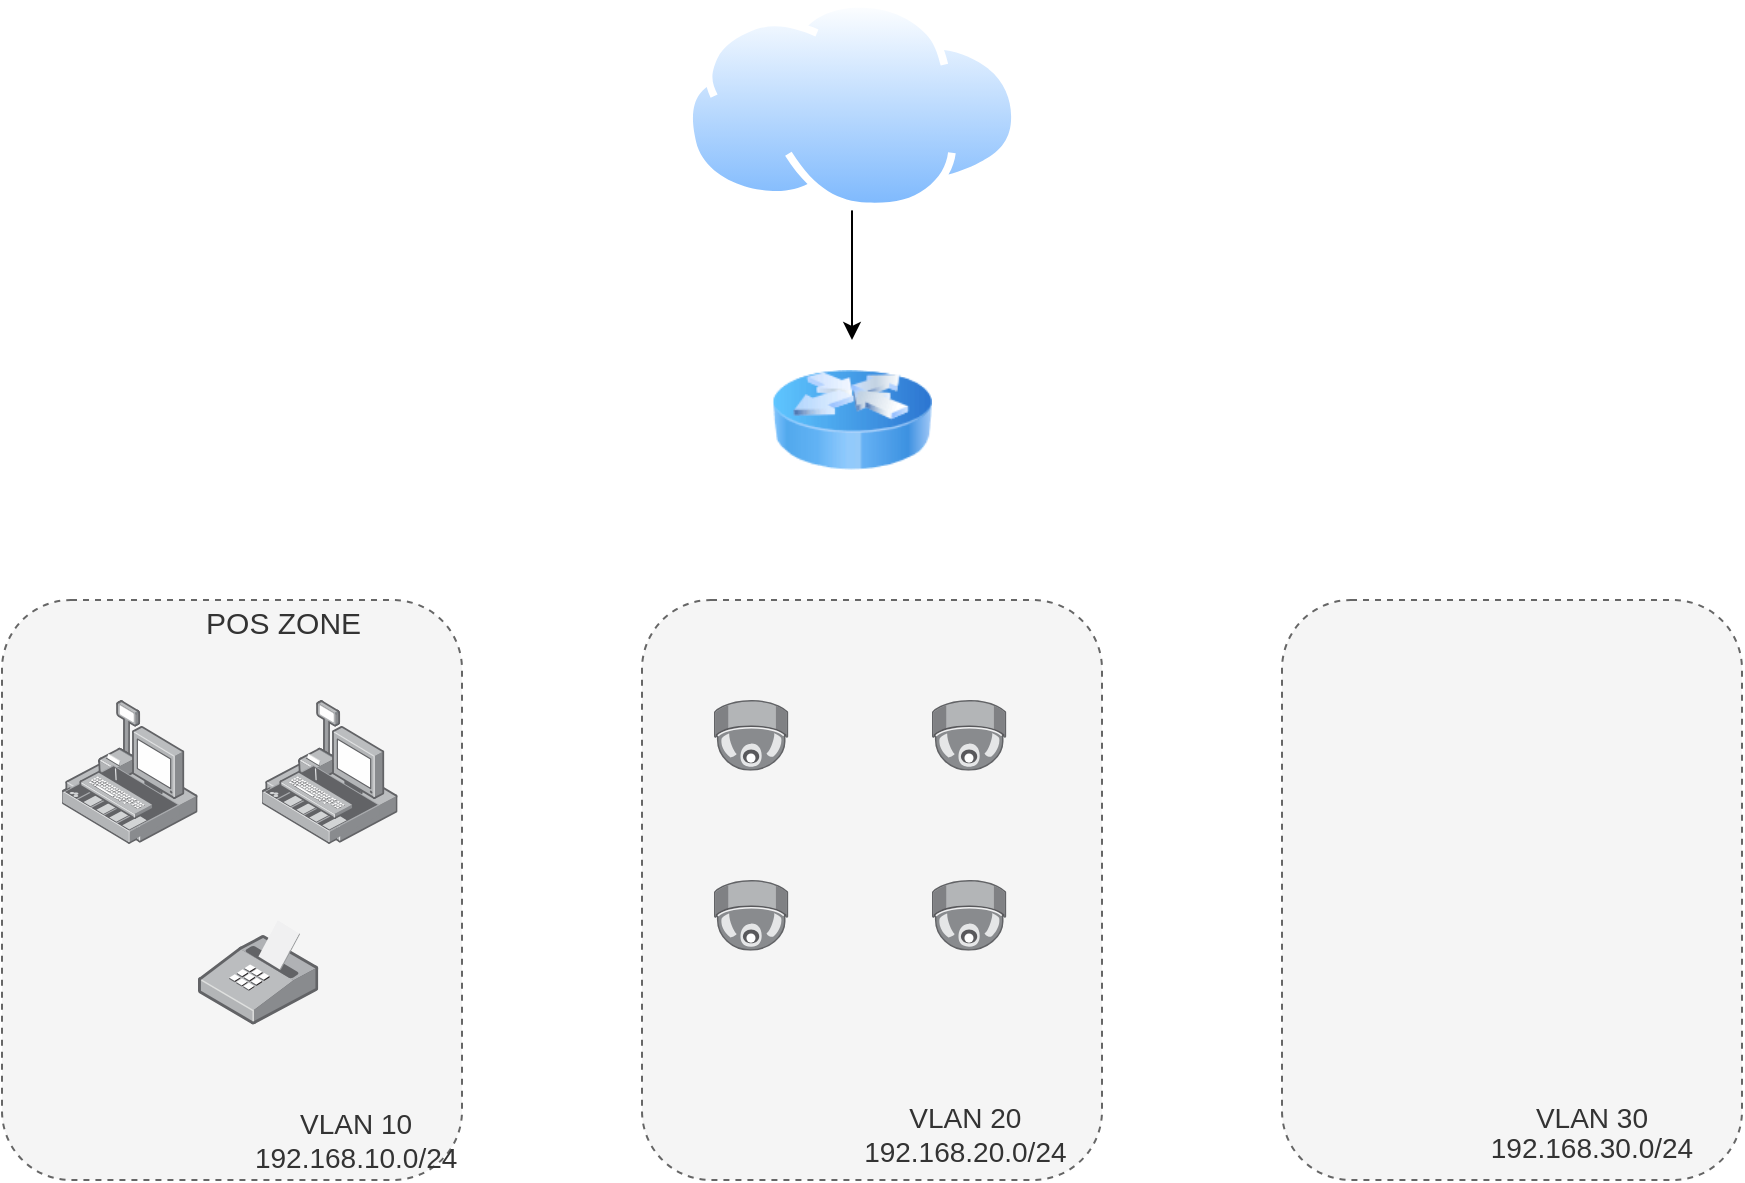
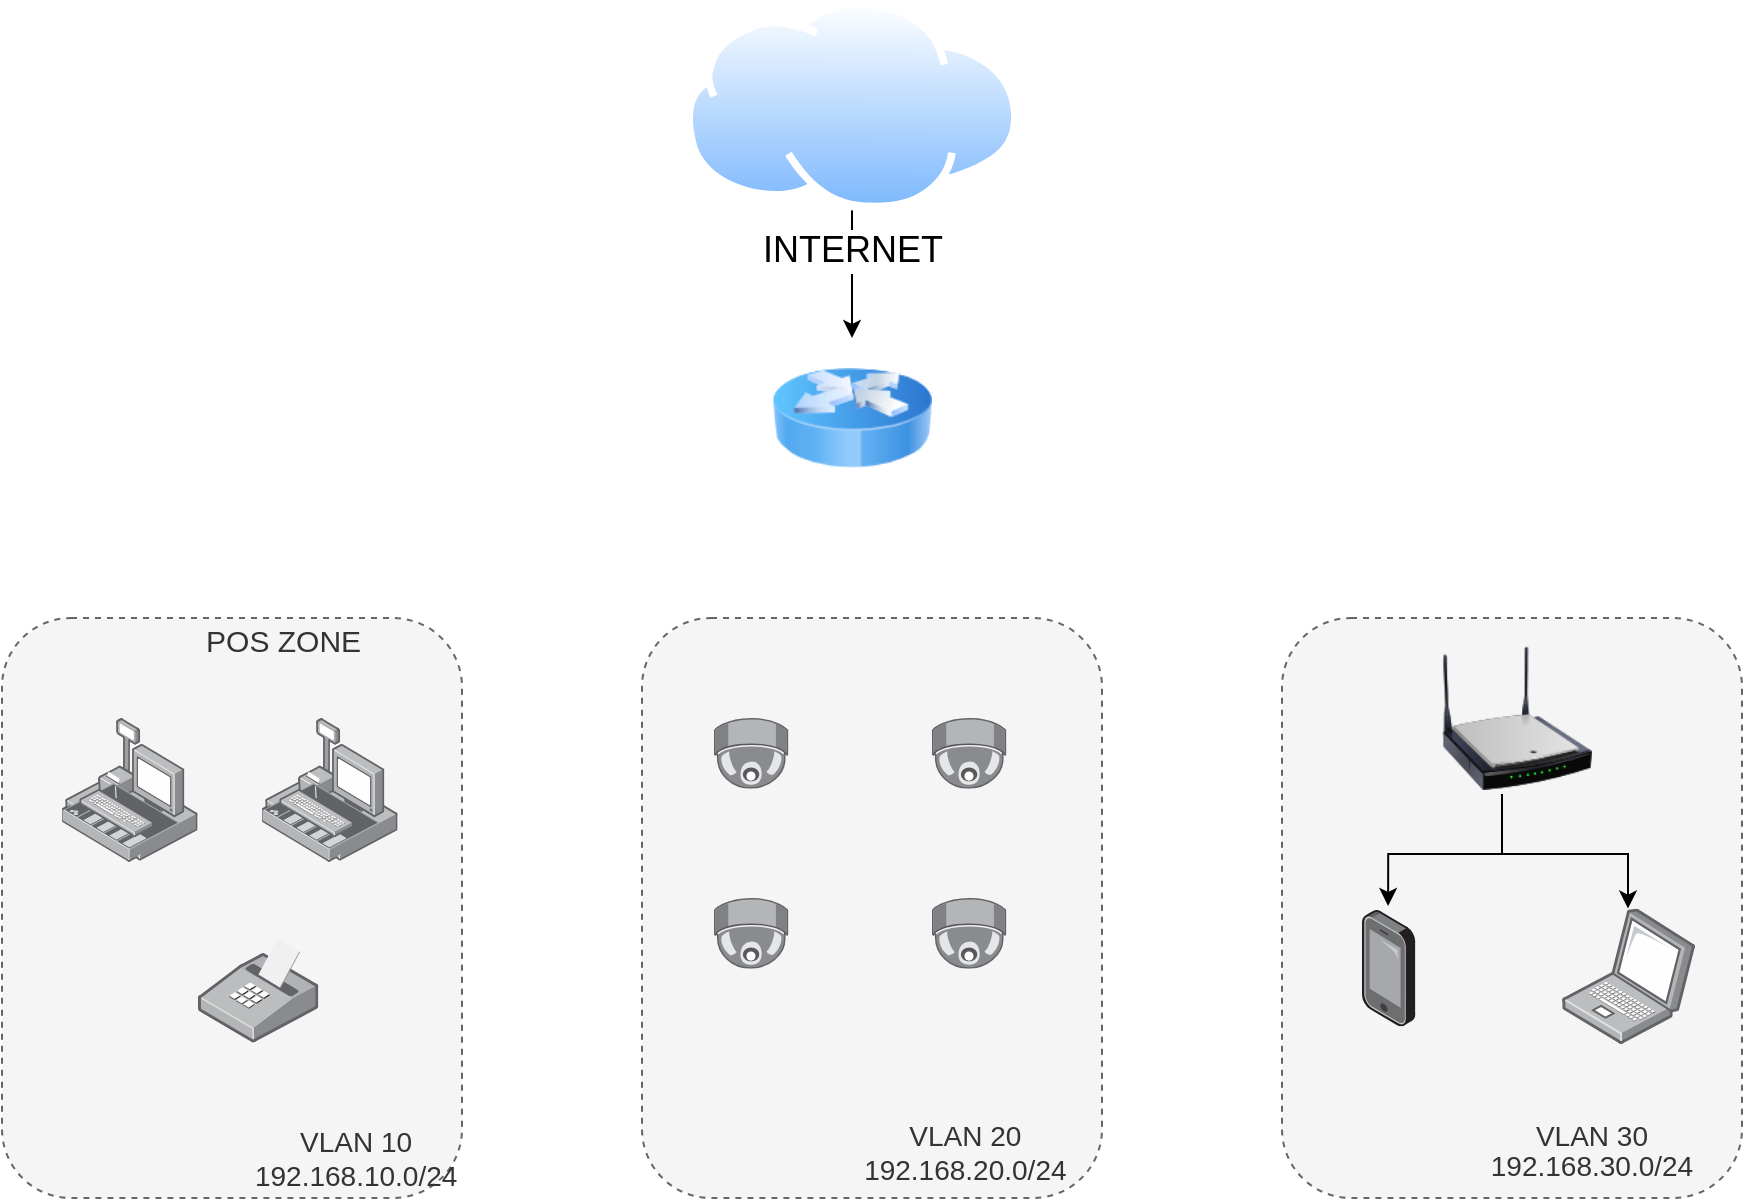
<mxfile host="app.diagrams.net">
  <diagram name="Trang-1" id="-QvKHvVX4tWdF-sznae-">
    <mxGraphModel dx="1012" dy="601" grid="1" gridSize="10" guides="1" tooltips="1" connect="1" arrows="1" fold="1" page="1" pageScale="1" pageWidth="827" pageHeight="1169" math="0" shadow="0">
      <root>
        <mxCell id="0" />
        <mxCell id="1" parent="0" />
        <mxCell id="tlgCcKQl9_W-pkazaHYF-1" parent="1" style="rounded=1;whiteSpace=wrap;html=1;dashed=1;fillColor=#f5f5f5;strokeColor=#666666;fontColor=#333333;align=left;" value="&lt;div&gt;&lt;font style=&quot;font-size: 15px;&quot;&gt;&lt;span style=&quot;white-space: pre;&quot;&gt;&#x9;&lt;/span&gt;&lt;span style=&quot;white-space: pre;&quot;&gt;&#x9;&lt;/span&gt;&lt;span style=&quot;white-space: pre;&quot;&gt;&#x9;&lt;/span&gt;POS ZONE&lt;br&gt;&lt;/font&gt;&lt;/div&gt;&lt;div&gt;&lt;font style=&quot;font-size: 14px;&quot;&gt;&lt;br&gt;&lt;/font&gt;&lt;/div&gt;&lt;div&gt;&lt;font style=&quot;font-size: 14px;&quot;&gt;&lt;br&gt;&lt;/font&gt;&lt;/div&gt;&lt;div style=&quot;text-align: center;&quot;&gt;&lt;font style=&quot;font-size: 14px;&quot;&gt;&lt;br&gt;&lt;/font&gt;&lt;/div&gt;&lt;div style=&quot;text-align: center;&quot;&gt;&lt;font style=&quot;font-size: 14px;&quot;&gt;&lt;br&gt;&lt;/font&gt;&lt;/div&gt;&lt;div style=&quot;text-align: center;&quot;&gt;&lt;font style=&quot;font-size: 14px;&quot;&gt;&lt;br&gt;&lt;/font&gt;&lt;/div&gt;&lt;div style=&quot;text-align: center;&quot;&gt;&lt;font style=&quot;font-size: 14px;&quot;&gt;&lt;br&gt;&lt;/font&gt;&lt;/div&gt;&lt;div style=&quot;text-align: center;&quot;&gt;&lt;font style=&quot;font-size: 14px;&quot;&gt;&lt;br&gt;&lt;/font&gt;&lt;/div&gt;&lt;div style=&quot;text-align: center;&quot;&gt;&lt;br&gt;&lt;/div&gt;&lt;div style=&quot;text-align: center;&quot;&gt;&lt;font style=&quot;font-size: 14px;&quot;&gt;&lt;br&gt;&lt;/font&gt;&lt;/div&gt;&lt;div style=&quot;text-align: center;&quot;&gt;&lt;font style=&quot;font-size: 14px;&quot;&gt;&lt;br&gt;&lt;/font&gt;&lt;/div&gt;&lt;div&gt;&lt;div style=&quot;text-align: center;&quot;&gt;&lt;span style=&quot;font-size: 14px; background-color: transparent; color: light-dark(rgb(51, 51, 51), rgb(193, 193, 193));&quot;&gt;&amp;nbsp; &amp;nbsp; &amp;nbsp; &amp;nbsp; &amp;nbsp; &amp;nbsp; &amp;nbsp; &amp;nbsp; &amp;nbsp; &amp;nbsp; &amp;nbsp; &amp;nbsp; &amp;nbsp; &amp;nbsp; &amp;nbsp; &amp;nbsp;&amp;nbsp;&lt;/span&gt;&lt;/div&gt;&lt;div style=&quot;text-align: center;&quot;&gt;&lt;span style=&quot;font-size: 14px; background-color: transparent; color: light-dark(rgb(51, 51, 51), rgb(193, 193, 193));&quot;&gt;&lt;br&gt;&lt;/span&gt;&lt;/div&gt;&lt;div style=&quot;text-align: center;&quot;&gt;&lt;span style=&quot;font-size: 14px; background-color: transparent; color: light-dark(rgb(51, 51, 51), rgb(193, 193, 193));&quot;&gt;&lt;br&gt;&lt;/span&gt;&lt;/div&gt;&lt;div style=&quot;text-align: center;&quot;&gt;&lt;span style=&quot;font-size: 14px; background-color: transparent; color: light-dark(rgb(51, 51, 51), rgb(193, 193, 193));&quot;&gt;&lt;br&gt;&lt;/span&gt;&lt;/div&gt;&lt;div style=&quot;text-align: center;&quot;&gt;&lt;span style=&quot;font-size: 14px; background-color: transparent; color: light-dark(rgb(51, 51, 51), rgb(193, 193, 193));&quot;&gt;&lt;span style=&quot;white-space: pre;&quot;&gt;&#x9;&lt;/span&gt;&lt;span style=&quot;white-space: pre;&quot;&gt;&#x9;&lt;/span&gt;&lt;span style=&quot;white-space: pre;&quot;&gt;&#x9;&lt;/span&gt;&lt;span style=&quot;white-space: pre;&quot;&gt;&#x9;&lt;/span&gt;VLAN 10&lt;/span&gt;&lt;/div&gt;&lt;div style=&quot;text-align: center;&quot;&gt;&lt;font style=&quot;font-size: 14px;&quot;&gt;&lt;span style=&quot;white-space: pre;&quot;&gt;&#x9;&lt;/span&gt;&lt;span style=&quot;white-space: pre;&quot;&gt;&#x9;&lt;/span&gt;&lt;span style=&quot;white-space: pre;&quot;&gt;&#x9;&lt;/span&gt;&lt;span style=&quot;white-space: pre;&quot;&gt;&#x9;&lt;/span&gt;192.168.10.0/24&lt;/font&gt;&lt;/div&gt;&lt;/div&gt;" vertex="1">
          <mxGeometry height="290" width="230" x="20" y="310" as="geometry" />
        </mxCell>
        <mxCell id="tlgCcKQl9_W-pkazaHYF-5" edge="1" parent="1" source="6glJgjmVUURO1JKE-K0C-2" style="edgeStyle=orthogonalEdgeStyle;rounded=0;orthogonalLoop=1;jettySize=auto;html=1;" target="tlgCcKQl9_W-pkazaHYF-2" value="">
          <mxGeometry relative="1" as="geometry" />
        </mxCell>
-         <mxCell id="6glJgjmVUURO1JKE-K0C-2" parent="1" style="image;aspect=fixed;perimeter=ellipsePerimeter;html=1;align=center;shadow=0;dashed=0;spacingTop=3;image=img/lib/active_directory/internet_cloud.svg;" value="" vertex="1">
-           <mxGeometry height="105.2" width="166.99" x="361.51" y="10" as="geometry" />
+         <mxCell id="6glJgjmVUURO1JKE-K0C-2" parent="1" style="image;aspect=fixed;perimeter=ellipsePerimeter;html=1;align=center;shadow=0;dashed=0;spacingTop=3;image=img/lib/active_directory/internet_cloud.svg;" value="&lt;font style=&quot;font-size: 18px;&quot;&gt;INTERNET&lt;/font&gt;" vertex="1">
+           <mxGeometry height="105.2" width="166.99" x="361.51" y="1" as="geometry" />
        </mxCell>
        <mxCell id="tlgCcKQl9_W-pkazaHYF-2" parent="1" style="image;html=1;image=img/lib/clip_art/networking/Router_Icon_128x128.png;labelBackgroundColor=#f8cecc;labelBorderColor=#b85450;" value="" vertex="1">
-           <mxGeometry height="80" width="80" x="405" y="180" as="geometry" />
+           <mxGeometry height="80" width="80" x="405" y="170" as="geometry" />
        </mxCell>
        <mxCell id="tlgCcKQl9_W-pkazaHYF-6" parent="1" style="rounded=1;whiteSpace=wrap;html=1;dashed=1;fillColor=#f5f5f5;strokeColor=#666666;fontColor=#333333;" value="&lt;div&gt;&lt;br&gt;&lt;/div&gt;&lt;div&gt;&lt;br&gt;&lt;/div&gt;&lt;div&gt;&lt;br&gt;&lt;/div&gt;&lt;div&gt;&lt;br&gt;&lt;/div&gt;&lt;div&gt;&lt;br&gt;&lt;/div&gt;&lt;div&gt;&lt;br&gt;&lt;/div&gt;&lt;div&gt;&lt;br&gt;&lt;/div&gt;&lt;div&gt;&lt;br&gt;&lt;/div&gt;&lt;div&gt;&lt;br&gt;&lt;/div&gt;&lt;div&gt;&lt;br&gt;&lt;/div&gt;&lt;div&gt;&lt;br&gt;&lt;/div&gt;&lt;div&gt;&lt;br&gt;&lt;/div&gt;&lt;div&gt;&lt;br&gt;&lt;/div&gt;&lt;div&gt;&lt;br&gt;&lt;/div&gt;&lt;div&gt;&lt;br&gt;&lt;/div&gt;&lt;div&gt;&lt;br&gt;&lt;/div&gt;&lt;div&gt;&lt;br&gt;&lt;/div&gt;&lt;div&gt;&lt;span style=&quot;font-size: 14px; background-color: transparent; color: light-dark(rgb(51, 51, 51), rgb(193, 193, 193));&quot;&gt;&lt;span style=&quot;white-space: pre;&quot;&gt;&#x9;&lt;/span&gt;&lt;span style=&quot;white-space: pre;&quot;&gt;&#x9;&lt;/span&gt;&lt;span style=&quot;white-space: pre;&quot;&gt;&#x9;&lt;/span&gt;VLAN 20&lt;/span&gt;&lt;/div&gt;&lt;div&gt;&lt;/div&gt;&lt;div&gt;&lt;font style=&quot;font-size: 14px;&quot;&gt;&lt;span style=&quot;white-space: pre;&quot;&gt;&#x9;&lt;/span&gt;&lt;span style=&quot;white-space: pre;&quot;&gt;&#x9;&lt;/span&gt;&lt;span style=&quot;white-space: pre;&quot;&gt;&#x9;&lt;/span&gt;192.168.20.0/24&lt;/font&gt;&lt;/div&gt;" vertex="1">
          <mxGeometry height="290" width="230" x="340" y="310" as="geometry" />
        </mxCell>
        <mxCell id="tlgCcKQl9_W-pkazaHYF-7" parent="1" style="rounded=1;whiteSpace=wrap;html=1;dashed=1;fillColor=#f5f5f5;strokeColor=#666666;fontColor=#333333;" value="&lt;blockquote style=&quot;margin: 0px 0px 0px 40px; border-width: medium; border-style: none; border-color: currentcolor; border-image: initial; padding: 0px; line-height: 110%;&quot;&gt;&lt;blockquote style=&quot;margin: 0px 0px 0px 40px; border-width: medium; border-style: none; border-color: currentcolor; border-image: initial; padding: 0px;&quot;&gt;&lt;font style=&quot;font-size: 14px;&quot;&gt;&lt;br&gt;&lt;/font&gt;&lt;/blockquote&gt;&lt;blockquote style=&quot;margin: 0px 0px 0px 40px; border-width: medium; border-style: none; border-color: currentcolor; border-image: initial; padding: 0px;&quot;&gt;&lt;font style=&quot;font-size: 14px;&quot;&gt;&lt;br&gt;&lt;/font&gt;&lt;/blockquote&gt;&lt;blockquote style=&quot;margin: 0px 0px 0px 40px; border-width: medium; border-style: none; border-color: currentcolor; border-image: initial; padding: 0px;&quot;&gt;&lt;font style=&quot;font-size: 14px;&quot;&gt;&lt;br&gt;&lt;/font&gt;&lt;/blockquote&gt;&lt;blockquote style=&quot;margin: 0px 0px 0px 40px; border-width: medium; border-style: none; border-color: currentcolor; border-image: initial; padding: 0px;&quot;&gt;&lt;font style=&quot;font-size: 14px;&quot;&gt;&lt;br&gt;&lt;/font&gt;&lt;/blockquote&gt;&lt;blockquote style=&quot;margin: 0px 0px 0px 40px; border-width: medium; border-style: none; border-color: currentcolor; border-image: initial; padding: 0px;&quot;&gt;&lt;font style=&quot;font-size: 14px;&quot;&gt;&lt;br&gt;&lt;/font&gt;&lt;/blockquote&gt;&lt;blockquote style=&quot;margin: 0px 0px 0px 40px; border-width: medium; border-style: none; border-color: currentcolor; border-image: initial; padding: 0px;&quot;&gt;&lt;font style=&quot;font-size: 14px;&quot;&gt;&lt;br&gt;&lt;/font&gt;&lt;/blockquote&gt;&lt;blockquote style=&quot;margin: 0px 0px 0px 40px; border-width: medium; border-style: none; border-color: currentcolor; border-image: initial; padding: 0px;&quot;&gt;&lt;font style=&quot;font-size: 14px;&quot;&gt;&lt;br&gt;&lt;/font&gt;&lt;/blockquote&gt;&lt;blockquote style=&quot;margin: 0px 0px 0px 40px; border-width: medium; border-style: none; border-color: currentcolor; border-image: initial; padding: 0px;&quot;&gt;&lt;font style=&quot;font-size: 14px;&quot;&gt;&lt;br&gt;&lt;/font&gt;&lt;/blockquote&gt;&lt;blockquote style=&quot;margin: 0px 0px 0px 40px; border-width: medium; border-style: none; border-color: currentcolor; border-image: initial; padding: 0px;&quot;&gt;&lt;font style=&quot;font-size: 14px;&quot;&gt;&lt;br&gt;&lt;/font&gt;&lt;/blockquote&gt;&lt;blockquote style=&quot;margin: 0px 0px 0px 40px; border-width: medium; border-style: none; border-color: currentcolor; border-image: initial; padding: 0px;&quot;&gt;&lt;font style=&quot;font-size: 14px;&quot;&gt;&lt;br&gt;&lt;/font&gt;&lt;/blockquote&gt;&lt;blockquote style=&quot;margin: 0px 0px 0px 40px; border-width: medium; border-style: none; border-color: currentcolor; border-image: initial; padding: 0px;&quot;&gt;&lt;font style=&quot;font-size: 14px;&quot;&gt;&lt;br&gt;&lt;/font&gt;&lt;/blockquote&gt;&lt;blockquote style=&quot;margin: 0px 0px 0px 40px; border-width: medium; border-style: none; border-color: currentcolor; border-image: initial; padding: 0px;&quot;&gt;&lt;font style=&quot;font-size: 14px;&quot;&gt;&lt;br&gt;&lt;/font&gt;&lt;/blockquote&gt;&lt;blockquote style=&quot;margin: 0px 0px 0px 40px; border-width: medium; border-style: none; border-color: currentcolor; border-image: initial; padding: 0px;&quot;&gt;&lt;font style=&quot;font-size: 14px;&quot;&gt;&lt;br&gt;&lt;/font&gt;&lt;/blockquote&gt;&lt;blockquote style=&quot;margin: 0px 0px 0px 40px; border-width: medium; border-style: none; border-color: currentcolor; border-image: initial; padding: 0px;&quot;&gt;&lt;font style=&quot;font-size: 14px;&quot;&gt;&lt;br&gt;&lt;/font&gt;&lt;/blockquote&gt;&lt;blockquote style=&quot;margin: 0px 0px 0px 40px; border-width: medium; border-style: none; border-color: currentcolor; border-image: initial; padding: 0px;&quot;&gt;&lt;span style=&quot;font-size: 14px; background-color: transparent; color: light-dark(rgb(51, 51, 51), rgb(193, 193, 193));&quot;&gt;&lt;br&gt;&lt;/span&gt;&lt;/blockquote&gt;&lt;blockquote style=&quot;margin: 0px 0px 0px 40px; border-width: medium; border-style: none; border-color: currentcolor; border-image: initial; padding: 0px;&quot;&gt;&lt;span style=&quot;font-size: 14px; background-color: transparent; color: light-dark(rgb(51, 51, 51), rgb(193, 193, 193)); line-height: 110%;&quot;&gt;&lt;br&gt;&lt;/span&gt;&lt;/blockquote&gt;&lt;blockquote style=&quot;margin: 0px 0px 0px 40px; border-width: medium; border-style: none; border-color: currentcolor; border-image: initial; padding: 0px;&quot;&gt;&lt;span style=&quot;font-size: 14px; background-color: transparent; color: light-dark(rgb(51, 51, 51), rgb(193, 193, 193)); line-height: 110%;&quot;&gt;&lt;br&gt;&lt;/span&gt;&lt;/blockquote&gt;&lt;blockquote style=&quot;margin: 0px 0px 0px 40px; border-width: medium; border-style: none; border-color: currentcolor; border-image: initial; padding: 0px;&quot;&gt;&lt;span style=&quot;font-size: 14px; background-color: transparent; color: light-dark(rgb(51, 51, 51), rgb(193, 193, 193)); line-height: 110%;&quot;&gt;VLAN 30&lt;/span&gt;&lt;/blockquote&gt;&lt;blockquote style=&quot;margin: 0px 0px 0px 40px; border-width: medium; border-style: none; border-color: currentcolor; border-image: initial; padding: 0px;&quot;&gt;&lt;div&gt;&lt;font style=&quot;font-size: 14px; line-height: 110%;&quot;&gt;192.168.30.0/24&lt;/font&gt;&lt;/div&gt;&lt;/blockquote&gt;&lt;/blockquote&gt;" vertex="1">
          <mxGeometry height="290" width="230" x="660" y="310" as="geometry" />
        </mxCell>
        <mxCell id="tlgCcKQl9_W-pkazaHYF-8" parent="1" style="image;points=[];aspect=fixed;html=1;align=center;shadow=0;dashed=0;image=img/lib/allied_telesis/security/POS.svg;" value="" vertex="1">
          <mxGeometry height="72" width="67.8" x="50" y="360" as="geometry" />
        </mxCell>
        <mxCell id="tlgCcKQl9_W-pkazaHYF-9" parent="1" style="image;points=[];aspect=fixed;html=1;align=center;shadow=0;dashed=0;image=img/lib/allied_telesis/security/POS.svg;" value="" vertex="1">
          <mxGeometry height="72" width="67.8" x="150" y="360" as="geometry" />
        </mxCell>
        <mxCell id="tlgCcKQl9_W-pkazaHYF-10" parent="1" style="image;points=[];aspect=fixed;html=1;align=center;shadow=0;dashed=0;image=img/lib/allied_telesis/computer_and_terminals/POS_Printer.svg;direction=east;" value="" vertex="1">
          <mxGeometry height="52.4" width="60.16" x="118" y="470" as="geometry" />
        </mxCell>
        <mxCell id="tlgCcKQl9_W-pkazaHYF-11" parent="1" style="image;points=[];aspect=fixed;html=1;align=center;shadow=0;dashed=0;image=img/lib/allied_telesis/security/Surveillance_Camera_Ceiling.svg;" value="" vertex="1">
          <mxGeometry height="35.4" width="37.2" x="376" y="360" as="geometry" />
        </mxCell>
        <mxCell id="tlgCcKQl9_W-pkazaHYF-12" parent="1" style="image;points=[];aspect=fixed;html=1;align=center;shadow=0;dashed=0;image=img/lib/allied_telesis/security/Surveillance_Camera_Ceiling.svg;" value="" vertex="1">
          <mxGeometry height="35.4" width="37.2" x="376" y="450" as="geometry" />
        </mxCell>
        <mxCell id="tlgCcKQl9_W-pkazaHYF-14" parent="1" style="image;points=[];aspect=fixed;html=1;align=center;shadow=0;dashed=0;image=img/lib/allied_telesis/security/Surveillance_Camera_Ceiling.svg;" value="" vertex="1">
          <mxGeometry height="35.4" width="37.2" x="485" y="360" as="geometry" />
        </mxCell>
        <mxCell id="tlgCcKQl9_W-pkazaHYF-16" parent="1" style="image;points=[];aspect=fixed;html=1;align=center;shadow=0;dashed=0;image=img/lib/allied_telesis/security/Surveillance_Camera_Ceiling.svg;" value="" vertex="1">
          <mxGeometry height="35.4" width="37.2" x="485" y="450" as="geometry" />
        </mxCell>
+         <mxCell id="tlgCcKQl9_W-pkazaHYF-20" edge="1" parent="1" source="tlgCcKQl9_W-pkazaHYF-17" style="edgeStyle=orthogonalEdgeStyle;rounded=0;orthogonalLoop=1;jettySize=auto;html=1;" target="tlgCcKQl9_W-pkazaHYF-19" value="">
+           <mxGeometry relative="1" as="geometry">
+             <Array as="points">
+               <mxPoint x="770" y="428" />
+               <mxPoint x="833" y="428" />
+             </Array>
+           </mxGeometry>
+         </mxCell>
+         <mxCell id="tlgCcKQl9_W-pkazaHYF-22" edge="1" parent="1" style="edgeStyle=orthogonalEdgeStyle;rounded=0;orthogonalLoop=1;jettySize=auto;html=1;" value="">
+           <mxGeometry relative="1" as="geometry">
+             <Array as="points">
+               <mxPoint x="770" y="428" />
+               <mxPoint x="713" y="428" />
+             </Array>
+             <mxPoint x="770" y="398" as="sourcePoint" />
+             <mxPoint x="713.0588235294117" y="454" as="targetPoint" />
+           </mxGeometry>
+         </mxCell>
+         <mxCell id="tlgCcKQl9_W-pkazaHYF-17" parent="1" style="image;html=1;image=img/lib/clip_art/networking/Wireless_Router_N_128x128.png" value="" vertex="1">
+           <mxGeometry height="80" width="75" x="740" y="320" as="geometry" />
+         </mxCell>
+         <mxCell id="tlgCcKQl9_W-pkazaHYF-18" parent="1" style="image;points=[];aspect=fixed;html=1;align=center;shadow=0;dashed=0;image=img/lib/allied_telesis/computer_and_terminals/Smartphone.svg;" value="" vertex="1">
+           <mxGeometry height="58.2" width="26.68" x="700" y="456" as="geometry" />
+         </mxCell>
+         <mxCell id="tlgCcKQl9_W-pkazaHYF-19" parent="1" style="image;points=[];aspect=fixed;html=1;align=center;shadow=0;dashed=0;image=img/lib/allied_telesis/computer_and_terminals/Laptop.svg;" value="" vertex="1">
+           <mxGeometry height="67.6" width="66.65" x="800" y="455.3" as="geometry" />
+         </mxCell>
      </root>
    </mxGraphModel>
  </diagram>
</mxfile>
